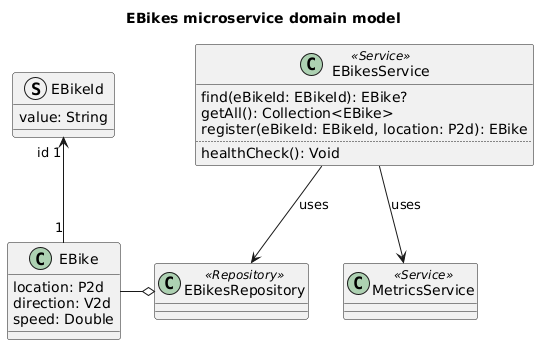
Above: doc/diagrams/ebikes-microservice-domain-model.png in Ventus218/SAP-assignment-02 (PlantUML), before the change.
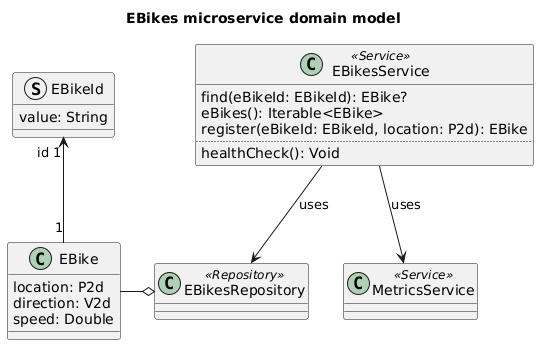
After the commit.

Change to the diagram source:
```diff
@@ -17,7 +17,7 @@
 
 class EBikesService <<Service>> {
     find(eBikeId: EBikeId): EBike?
-    getAll(): Collection<EBike>
+    eBikes(): Iterable<EBike>
     register(eBikeId: EBikeId, location: P2d): EBike
     ..
     healthCheck(): Void
```
